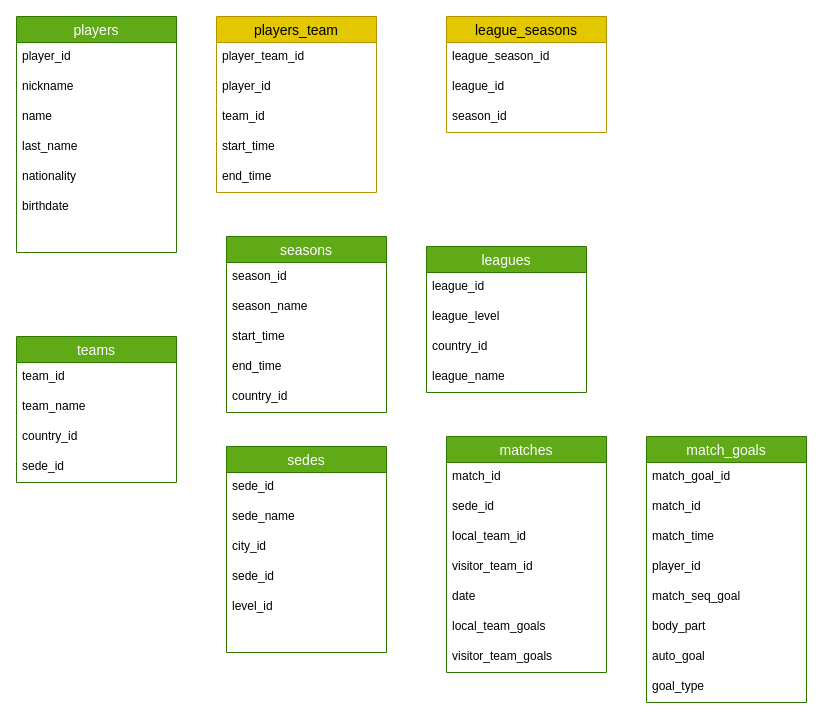
Earlier version of the draw.io diagram soccer_model.drawio (r3card0/soccer.stats). Source tidied: cells renumbered, new cells numbered last; positions are measured from the earlier drawing's top-left corner, leaving out a move shared by most shapes. Both pictures are drawn from the tidied source at 100%, with x=0, y=0 at pixel (16, 16).
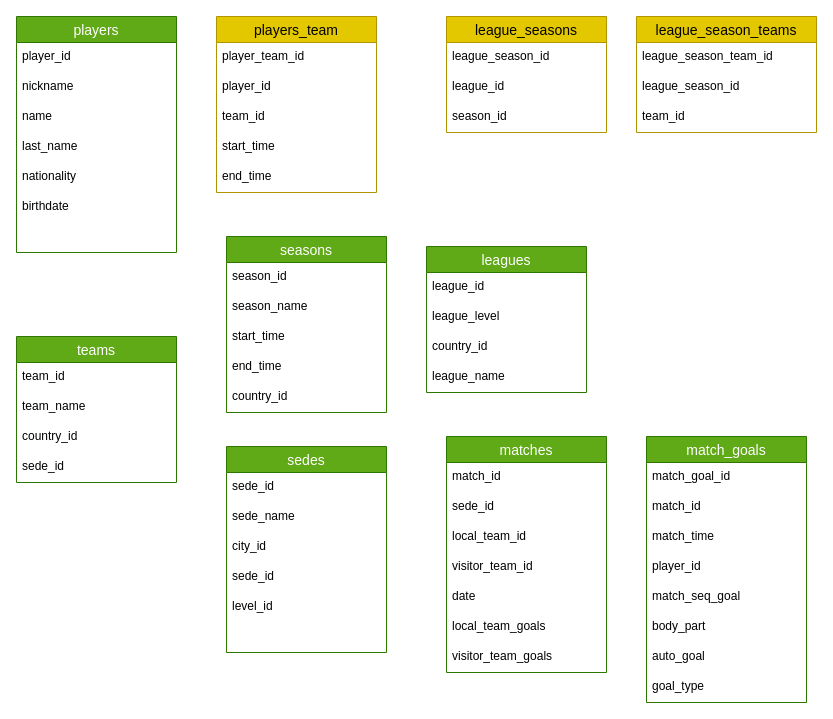
After the change.

Commit message:
league season teams model added

Change to the diagram source:
```diff
@@
+    <mxCell id="60" value="league_season_teams" style="swimlane;fontStyle=0;horizontal=1;startSize=26;align=center;fontSize=14;fillColor=#e3c800;fontColor=#000000;strokeColor=#B09500;" parent="1" vertex="1">
+      <mxGeometry x="620" width="180" height="116" as="geometry" />
+    </mxCell>
+    <mxCell id="61" value="league_season_team_id" style="text;strokeColor=none;fillColor=none;spacingLeft=4;spacingRight=4;overflow=hidden;fontSize=12;" parent="60" vertex="1">
+      <mxGeometry y="26" width="180" height="30" as="geometry" />
+    </mxCell>
+    <mxCell id="62" value="league_season_id" style="text;strokeColor=none;fillColor=none;spacingLeft=4;spacingRight=4;overflow=hidden;fontSize=12;" parent="60" vertex="1">
+      <mxGeometry y="56" width="180" height="30" as="geometry" />
+    </mxCell>
+    <mxCell id="63" value="team_id" style="text;strokeColor=none;fillColor=none;spacingLeft=4;spacingRight=4;overflow=hidden;fontSize=12;" parent="60" vertex="1">
+      <mxGeometry y="86" width="180" height="30" as="geometry" />
+    </mxCell>
```
